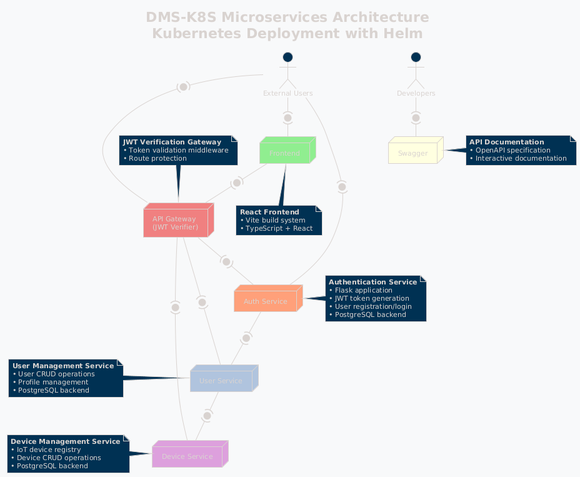
This is deployment.png from Simi445/DMS-K8S, a PlantUML export, as it was before one commit.
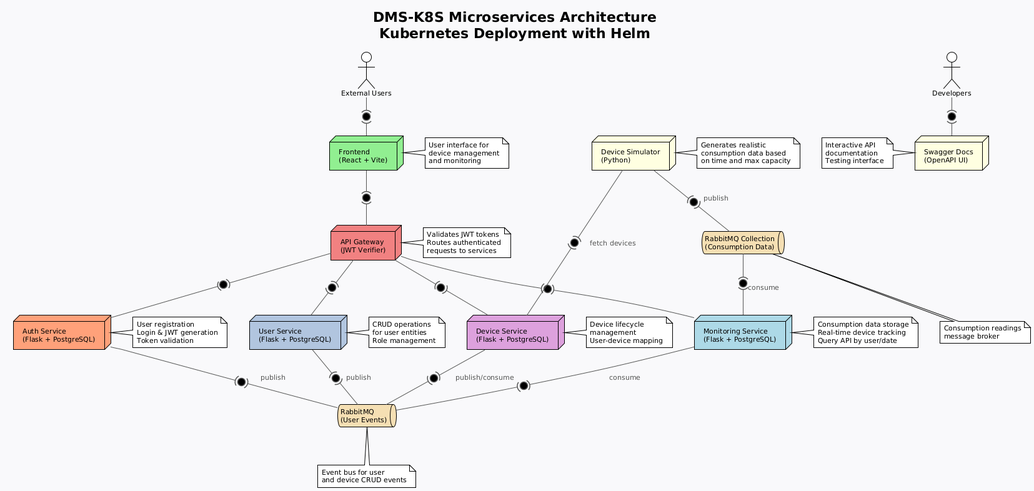
Later version of the same file.

Change to the diagram source:
```diff
@@ -1,69 +1,103 @@
 @startuml
-!theme blueprint
+!theme plain
 skinparam backgroundColor #f8f9fa
 skinparam defaultFontSize 11
+skinparam component {
+  BackgroundColor white
+  BorderColor #333333
+  FontColor #000000
+}
+skinparam ArrowColor #555555
+skinparam ArrowFontColor #555555
 
 title **DMS-K8S Microservices Architecture**\nKubernetes Deployment with Helm
 
 actor "External Users" as Users
 actor "Developers" as Devs
 
-node "Frontend" as Frontend #lightgreen
-node "API Gateway\n(JWT Verifier)" as ApiGateway #lightcoral
-node "Auth Service" as AuthService #lightsalmon
-node "User Service" as UserService #lightsteelblue
-node "Device Service" as DeviceService #plum
-node "Swagger" as SwaggerService #lightyellow
+node "Frontend\n(React + Vite)" as Frontend #lightgreen
+note right of Frontend
+  User interface for
+  device management
+  and monitoring
+end note
+
+node "API Gateway\n(JWT Verifier)" as Gateway #lightcoral
+note right of Gateway
+  Validates JWT tokens
+  Routes authenticated
+  requests to services
+end note
+
+node "Auth Service\n(Flask + PostgreSQL)" as Auth #lightsalmon
+note right of Auth
+  User registration
+  Login & JWT generation
+  Token validation
+end note
+
+node "User Service\n(Flask + PostgreSQL)" as User #lightsteelblue
+note right of User
+  CRUD operations
+  for user entities
+  Role management
+end note
+
+node "Device Service\n(Flask + PostgreSQL)" as Device #plum
+note right of Device
+  Device lifecycle
+  management
+  User-device mapping
+end note
+
+node "Monitoring Service\n(Flask + PostgreSQL)" as Monitoring #lightblue
+note right of Monitoring
+  Consumption data storage
+  Real-time device tracking
+  Query API by user/date
+end note
+
+node "Device Simulator\n(Python)" as Simulator #lightyellow
+note right of Simulator
+  Generates realistic
+  consumption data based
+  on time and max capacity
+end note
+
+queue "RabbitMQ\n(User Events)" as RabbitMQ1 #wheat
+note bottom of RabbitMQ1
+  Event bus for user
+  and device CRUD events
+end note
+
+queue "RabbitMQ Collection\n(Consumption Data)" as RabbitMQ2 #wheat
+note bottom of RabbitMQ2
+  Consumption readings
+  message broker
+end note
+
+node "Swagger Docs\n(OpenAPI UI)" as Swagger #lightyellow
+note left of Swagger
+  Interactive API
+  documentation
+  Testing interface
+end note
 
 Users -(0)- Frontend
-Users -(0)- AuthService
-Users -(0)- ApiGateway
-Devs -(0)- SwaggerService
+Frontend -(0)- Gateway
+Gateway -(0)- Auth
+Gateway -(0)- User
+Gateway -(0)- Device
+Gateway -(0)- Monitoring
 
-Frontend -(0)- ApiGateway
-ApiGateway -(0)- AuthService
-ApiGateway -(0)- UserService
-ApiGateway -(0)- DeviceService
-AuthService -(0)- UserService
-UserService -(0)- DeviceService
+Auth -(0)- RabbitMQ1 : publish
+User -(0)- RabbitMQ1 : publish
+Device -(0)- RabbitMQ1 : publish/consume
+Monitoring -(0)- RabbitMQ1 : consume
 
-note right of AuthService
-  **Authentication Service**
-  • Flask application
-  • JWT token generation
-  • User registration/login
-  • PostgreSQL backend
-end note
+Simulator -(0)- Device : fetch devices
+Simulator -(0)- RabbitMQ2 : publish
+RabbitMQ2 -(0)- Monitoring : consume
 
-note left of UserService
-  **User Management Service**
-  • User CRUD operations
-  • Profile management
-  • PostgreSQL backend
-end note
-
-note left of DeviceService
-  **Device Management Service**
-  • IoT device registry
-  • Device CRUD operations
-  • PostgreSQL backend
-end note
-
-note top of ApiGateway
-  **JWT Verification Gateway**
-  • Token validation middleware
-  • Route protection
-end note
-
-note bottom of Frontend
-  **React Frontend**
-  • Vite build system
-  • TypeScript + React
-end note
-
-note right of SwaggerService
-  **API Documentation**
-  • OpenAPI specification
-  • Interactive documentation
-end note
+Devs -(0)- Swagger
 @enduml
```
